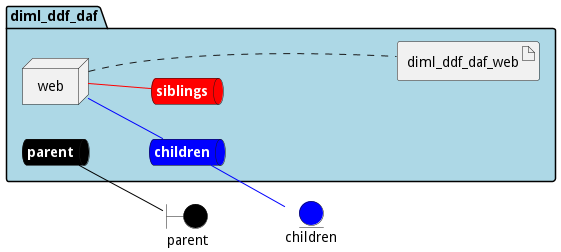
Before: docs/edgemere/diml/ddf/daf/envs/dev/deployment.png, a diagram exported from PlantUML (madajaju/edgemere).
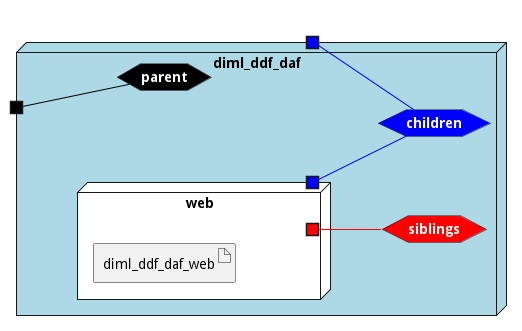
Above is the later version.

The edit, as a diff of the source:
```diff
@@ -3,43 +3,45 @@
 left to right direction
 
 
-boundary parent #black
-
-
-entity children #blue
 
 
 
 
-package "diml_ddf_daf" #lightblue {
-    queue parentnet #black [
+
+node "diml_ddf_daf" #lightblue {
+
+
+    hexagon parentnet #black [
             <b><color:white>parent</color></b>
     ]
 
-    parentnet -[#black]- parent
+    portin " " as parentnetPortIn #black
+    parentnetPortIn -[#black]- parentnet
 
-    queue childrennet #blue [
+    hexagon childrennet #blue [
             <b><color:white>children</color></b>
     ]
 
-    childrennet -[#blue]- children
+    portout " " as childrennetPortOut #blue
+    childrennet -[#blue]- childrennetPortOut
 
-    queue siblingsnet #red [
+    hexagon siblingsnet #red [
             <b><color:white>siblings</color></b>
     ]
 
 
-node "web" as webService
+node "web" as webService #white {
+    portOut " " as webServicechildrennet #blue
+   webServicechildrennet -[#blue]- childrennet
+       portOut " " as webServicesiblingsnet #red
+   webServicesiblingsnet -[#red]- siblingsnet
 
 
-        artifact "diml_ddf_daf_web" as diml_ddf_daf_webimage
+    artifact "diml_ddf_daf_web" as diml_ddf_daf_webimage
 
 }
 
-webService -[#blue]- childrennet
-
-webService -[#red]- siblingsnet
-webService .... diml_ddf_daf_webimage
+}
 
 
 @enduml
```
